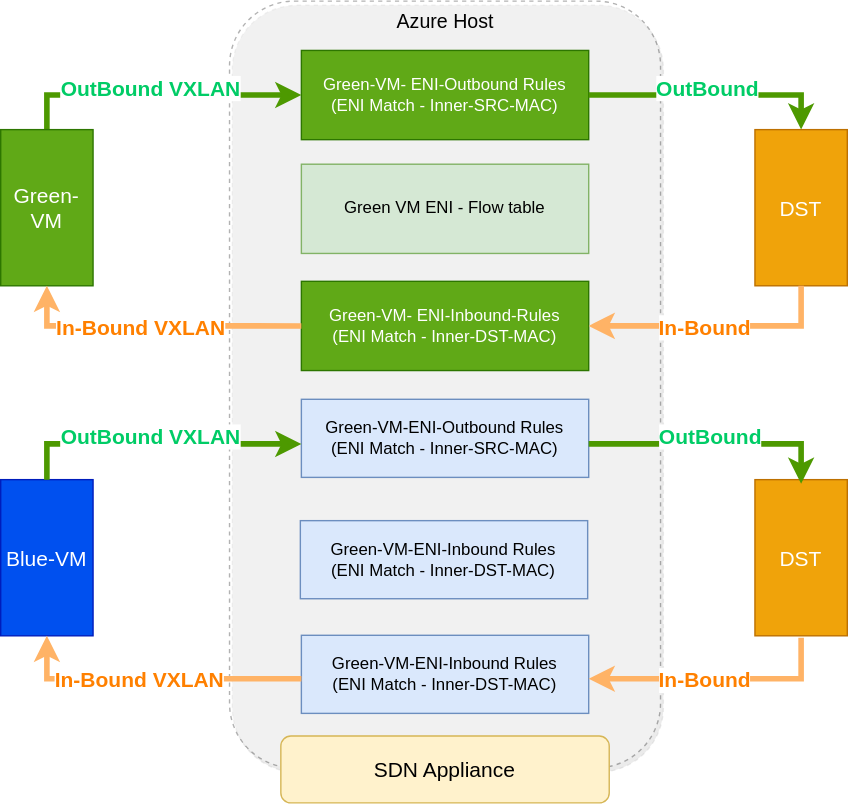
Earlier version of the draw.io export documentation/general/design/images/sdn-appliance.svg (sonic-net/DASH). Source tidied: cells renumbered, new cells last; positions are measured from the earlier drawing's top-left corner, leaving out a move shared by most shapes.
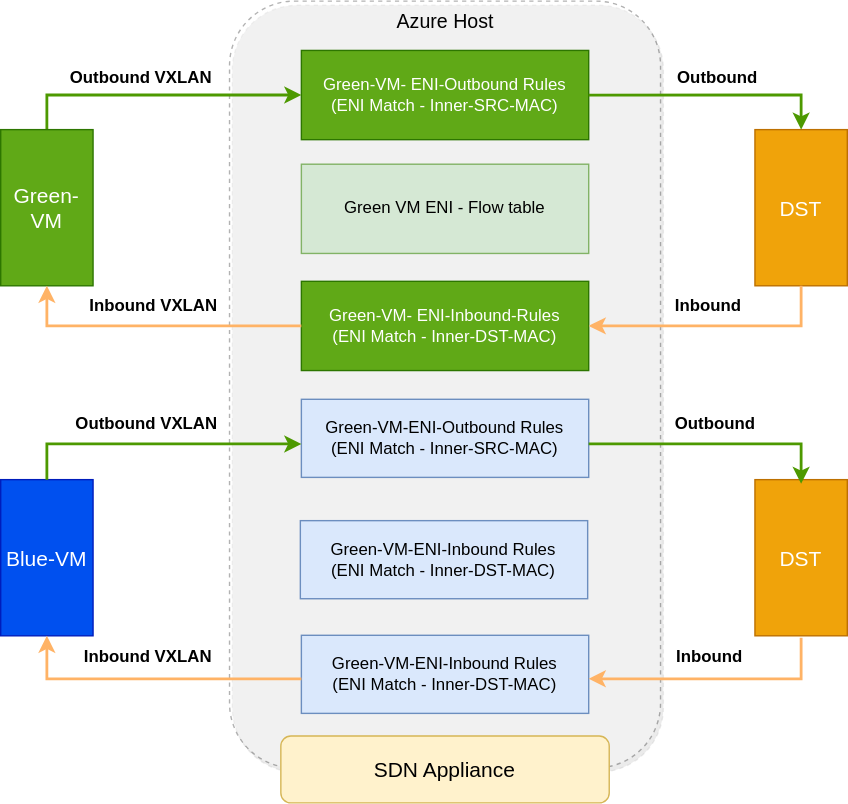
After the commit.

Change to the diagram source:
```diff
@@ -2,130 +2,130 @@
   <root>
     <mxCell id="0" />
     <mxCell id="1" parent="0" />
-    <mxCell id="2" style="group;" parent="1" vertex="1">
-      <mxGeometry y="8" width="605" height="550" as="geometry" />
-    </mxCell>
+    <mxCell id="31" style="group;" parent="1" vertex="1">
+      <mxGeometry x="10" y="-55" width="605" height="573" as="geometry" />
+    </mxCell>
-    <mxCell id="3" value="&lt;font style=&quot;font-size: 14px&quot;&gt;Azure Host&lt;/font&gt;" style="rounded=1;whiteSpace=wrap;html=1;fontSize=9;dashed=1;shadow=1;opacity=30;verticalAlign=top;" parent="2" vertex="1">
-      <mxGeometry x="163.5" y="-8" width="308" height="548" as="geometry" />
+    <mxCell id="3" value="&lt;font style=&quot;font-size: 14px&quot;&gt;Azure Host&lt;/font&gt;" style="rounded=1;whiteSpace=wrap;html=1;fontSize=9;dashed=1;shadow=1;opacity=30;verticalAlign=top;" parent="31" vertex="1">
+      <mxGeometry x="163.5" width="308" height="548" as="geometry" />
     </mxCell>
-    <mxCell id="4" value="&lt;font style=&quot;font-size: 15px&quot;&gt;SDN Appliance&lt;/font&gt;" style="rounded=1;whiteSpace=wrap;html=1;fillColor=#fff2cc;strokeColor=#d6b656;" parent="2" vertex="1">
-      <mxGeometry x="200.2" y="517.2" width="234.7" height="47.8" as="geometry" />
+    <mxCell id="4" value="&lt;font style=&quot;font-size: 15px&quot;&gt;SDN Appliance&lt;/font&gt;" style="rounded=1;whiteSpace=wrap;html=1;fillColor=#fff2cc;strokeColor=#d6b656;" parent="31" vertex="1">
+      <mxGeometry x="200.2" y="525.2" width="234.7" height="47.8" as="geometry" />
     </mxCell>
-    <mxCell id="5" value="Green VM ENI - Flow table" style="rounded=0;whiteSpace=wrap;html=1;fillColor=#d5e8d4;strokeColor=#82b366;" parent="2" vertex="1">
-      <mxGeometry x="214.9" y="108.6" width="205.3" height="63.8" as="geometry" />
+    <mxCell id="5" value="Green VM ENI - Flow table" style="rounded=0;whiteSpace=wrap;html=1;fillColor=#d5e8d4;strokeColor=#82b366;" parent="31" vertex="1">
+      <mxGeometry x="214.9" y="116.6" width="205.3" height="63.8" as="geometry" />
     </mxCell>
-    <mxCell id="6" value="Green-VM- ENI-Outbound Rules&lt;br&gt;(ENI Match - Inner-SRC-MAC)" style="rounded=0;whiteSpace=wrap;html=1;fillColor=#60a917;fontColor=#ffffff;strokeColor=#2D7600;" parent="2" vertex="1">
-      <mxGeometry x="214.9" y="27.3" width="205.3" height="63.8" as="geometry" />
+    <mxCell id="6" value="Green-VM- ENI-Outbound Rules&lt;br&gt;(ENI Match - Inner-SRC-MAC)" style="rounded=0;whiteSpace=wrap;html=1;fillColor=#60a917;fontColor=#ffffff;strokeColor=#2D7600;" parent="31" vertex="1">
+      <mxGeometry x="214.9" y="35.3" width="205.3" height="63.8" as="geometry" />
     </mxCell>
-    <mxCell id="7" value="Green-VM- ENI-Inbound-Rules&lt;br&gt;(ENI Match - Inner-DST-MAC)" style="rounded=0;whiteSpace=wrap;html=1;fillColor=#60a917;fontColor=#ffffff;strokeColor=#2D7600;" parent="2" vertex="1">
-      <mxGeometry x="214.9" y="192.3" width="205.3" height="63.8" as="geometry" />
+    <mxCell id="7" value="Green-VM- ENI-Inbound-Rules&lt;br&gt;(ENI Match - Inner-DST-MAC)" style="rounded=0;whiteSpace=wrap;html=1;fillColor=#60a917;fontColor=#ffffff;strokeColor=#2D7600;" parent="31" vertex="1">
+      <mxGeometry x="214.9" y="200.3" width="205.3" height="63.8" as="geometry" />
     </mxCell>
-    <mxCell id="8" value="&lt;font&gt;Green-VM-ENI-Outbound Rules&lt;br&gt;&lt;/font&gt;(ENI Match - Inner-SRC-MAC)" style="rounded=0;whiteSpace=wrap;html=1;fillColor=#dae8fc;strokeColor=#6c8ebf;" parent="2" vertex="1">
-      <mxGeometry x="214.9" y="276.6" width="205.3" height="55.8" as="geometry" />
+    <mxCell id="8" value="&lt;font&gt;Green-VM-ENI-Outbound Rules&lt;br&gt;&lt;/font&gt;(ENI Match - Inner-SRC-MAC)" style="rounded=0;whiteSpace=wrap;html=1;fillColor=#dae8fc;strokeColor=#6c8ebf;" parent="31" vertex="1">
+      <mxGeometry x="214.9" y="284.6" width="205.3" height="55.8" as="geometry" />
     </mxCell>
-    <mxCell id="9" value="&lt;font&gt;Green-VM-ENI-Inbound Rules&lt;br&gt;&lt;/font&gt;(ENI Match - Inner-DST-MAC)" style="rounded=0;whiteSpace=wrap;html=1;fillColor=#dae8fc;strokeColor=#6c8ebf;" parent="2" vertex="1">
-      <mxGeometry x="214.9" y="445.2" width="205.3" height="55.8" as="geometry" />
-    </mxCell>
-    <mxCell id="10" value="&lt;font&gt;Green-VM-ENI-Inbound Rules&lt;br&gt;&lt;/font&gt;(ENI Match - Inner-DST-MAC)" style="rounded=0;whiteSpace=wrap;html=1;fillColor=#dae8fc;strokeColor=#6c8ebf;" parent="2" vertex="1">
-      <mxGeometry x="214.1" y="363.3" width="205.3" height="55.8" as="geometry" />
-    </mxCell>
+    <mxCell id="32" value="&lt;font&gt;Green-VM-ENI-Inbound Rules&lt;br&gt;&lt;/font&gt;(ENI Match - Inner-DST-MAC)" style="rounded=0;whiteSpace=wrap;html=1;fillColor=#dae8fc;strokeColor=#6c8ebf;" parent="31" vertex="1">
+      <mxGeometry x="214.9" y="453.2" width="205.3" height="55.8" as="geometry" />
+    </mxCell>
+    <mxCell id="33" value="&lt;font&gt;Green-VM-ENI-Inbound Rules&lt;br&gt;&lt;/font&gt;(ENI Match - Inner-DST-MAC)" style="rounded=0;whiteSpace=wrap;html=1;fillColor=#dae8fc;strokeColor=#6c8ebf;" parent="31" vertex="1">
+      <mxGeometry x="214.1" y="371.3" width="205.3" height="55.8" as="geometry" />
+    </mxCell>
-    <mxCell id="11" style="edgeStyle=orthogonalEdgeStyle;rounded=0;jettySize=auto;html=1;exitX=0.5;exitY=0;exitDx=0;exitDy=0;fontSize=15;strokeWidth=4;strokeColor=#4D9900;" parent="2" edge="1" source="13" target="6">
+    <mxCell id="11" style="edgeStyle=orthogonalEdgeStyle;rounded=0;jettySize=auto;html=1;exitX=0.5;exitY=0;exitDx=0;exitDy=0;fontSize=15;strokeWidth=2;strokeColor=#4D9900;" parent="31" edge="1" source="13" target="6">
       <mxGeometry relative="1" as="geometry">
         <Array as="points">
-          <mxPoint x="33" y="59.1" />
+          <mxPoint x="33" y="67.1" />
         </Array>
       </mxGeometry>
     </mxCell>
-    <mxCell id="12" value="OutBound VXLAN" style="edgeLabel;html=1;align=center;verticalAlign=middle;fontSize=15;fontColor=#00CC66;fontStyle=1;" parent="11" vertex="1">
-      <mxGeometry x="-0.05" y="6" relative="1" as="geometry" />
-    </mxCell>
-    <mxCell id="13" value="&lt;font style=&quot;font-size: 15px&quot;&gt;Green-VM&lt;/font&gt;" style="rounded=0;whiteSpace=wrap;html=1;fillColor=#60a917;strokeColor=#2D7600;fontColor=#ffffff;" parent="2" vertex="1">
-      <mxGeometry y="83.9" width="66" height="111.6" as="geometry" />
+    <mxCell id="13" value="&lt;font style=&quot;font-size: 15px&quot;&gt;Green-VM&lt;/font&gt;" style="rounded=0;whiteSpace=wrap;html=1;fillColor=#60a917;strokeColor=#2D7600;fontColor=#ffffff;" parent="31" vertex="1">
+      <mxGeometry y="91.9" width="66" height="111.6" as="geometry" />
     </mxCell>
-    <mxCell id="14" style="edgeStyle=orthogonalEdgeStyle;rounded=0;jettySize=auto;html=1;exitX=0;exitY=0.5;exitDx=0;exitDy=0;entryX=0.5;entryY=1;entryDx=0;entryDy=0;fontSize=15;strokeWidth=4;strokeColor=#FFB366;" parent="2" edge="1" source="7" target="13">
+    <mxCell id="14" style="edgeStyle=orthogonalEdgeStyle;rounded=0;jettySize=auto;html=1;exitX=0;exitY=0.5;exitDx=0;exitDy=0;entryX=0.5;entryY=1;entryDx=0;entryDy=0;fontSize=15;strokeWidth=2;strokeColor=#FFB366;" parent="31" edge="1" source="7" target="13">
       <mxGeometry relative="1" as="geometry">
         <Array as="points">
-          <mxPoint x="33" y="224.1" />
+          <mxPoint x="33" y="232.1" />
         </Array>
       </mxGeometry>
     </mxCell>
-    <mxCell id="15" value="In-Bound VXLAN" style="edgeLabel;html=1;align=center;verticalAlign=middle;fontSize=15;fontColor=#FF8000;fontStyle=1;" parent="14" vertex="1">
-      <mxGeometry x="0.09" relative="1" as="geometry" />
-    </mxCell>
-    <mxCell id="16" value="&lt;font style=&quot;font-size: 15px&quot;&gt;Blue-VM&lt;/font&gt;" style="rounded=0;whiteSpace=wrap;html=1;fillColor=#0050ef;strokeColor=#001DBC;fontColor=#ffffff;" parent="2" vertex="1">
-      <mxGeometry y="334" width="66" height="111.6" as="geometry" />
+    <mxCell id="16" value="&lt;font style=&quot;font-size: 15px&quot;&gt;Blue-VM&lt;/font&gt;" style="rounded=0;whiteSpace=wrap;html=1;fillColor=#0050ef;strokeColor=#001DBC;fontColor=#ffffff;" parent="31" vertex="1">
+      <mxGeometry y="342" width="66" height="111.6" as="geometry" />
     </mxCell>
-    <mxCell id="17" value="&lt;font style=&quot;font-size: 15px&quot; color=&quot;#ffffff&quot;&gt;DST&lt;/font&gt;" style="rounded=0;whiteSpace=wrap;html=1;fillColor=#f0a30a;strokeColor=#BD7000;fontColor=#000000;" parent="2" vertex="1">
-      <mxGeometry x="539" y="83.9" width="66" height="111.6" as="geometry" />
-    </mxCell>
-    <mxCell id="18" value="&lt;font style=&quot;font-size: 15px&quot; color=&quot;#ffffff&quot;&gt;DST&lt;/font&gt;" style="rounded=0;whiteSpace=wrap;html=1;fillColor=#f0a30a;strokeColor=#BD7000;fontColor=#000000;" parent="2" vertex="1">
-      <mxGeometry x="539" y="334" width="66" height="111.6" as="geometry" />
-    </mxCell>
-    <mxCell id="19" style="edgeStyle=orthogonalEdgeStyle;rounded=0;jettySize=auto;html=1;exitX=1;exitY=0.5;exitDx=0;exitDy=0;fontSize=15;strokeWidth=4;strokeColor=#4D9900;entryX=0.5;entryY=0;entryDx=0;entryDy=0;" parent="2" edge="1" source="6" target="17">
-      <mxGeometry relative="1" as="geometry">
-        <Array as="points">
-          <mxPoint x="572" y="59.1" />
-        </Array>
-      </mxGeometry>
-    </mxCell>
-    <mxCell id="20" value="OutBound" style="edgeLabel;html=1;align=center;verticalAlign=middle;fontSize=15;fontColor=#00CC66;fontStyle=1;" parent="19" vertex="1">
-      <mxGeometry x="-0.05" y="6" relative="1" as="geometry" />
-    </mxCell>
-    <mxCell id="21" style="edgeStyle=orthogonalEdgeStyle;rounded=0;jettySize=auto;html=1;exitX=0.5;exitY=1;exitDx=0;exitDy=0;fontSize=15;strokeWidth=4;strokeColor=#FFB366;" parent="2" edge="1" source="17" target="7">
-      <mxGeometry relative="1" as="geometry">
-        <Array as="points">
-          <mxPoint x="572" y="224.1" />
-        </Array>
-      </mxGeometry>
-    </mxCell>
-    <mxCell id="22" value="In-Bound" style="edgeLabel;html=1;align=center;verticalAlign=middle;fontSize=15;fontColor=#FF8000;fontStyle=1;" parent="21" vertex="1">
-      <mxGeometry x="0.09" relative="1" as="geometry" />
-    </mxCell>
-    <mxCell id="23" style="edgeStyle=orthogonalEdgeStyle;rounded=0;orthogonalLoop=1;jettySize=auto;html=1;fontSize=15;strokeWidth=4;strokeColor=#4D9900;exitX=1;exitY=0.5;exitDx=0;exitDy=0;" parent="2" edge="1">
-      <mxGeometry relative="1" as="geometry">
-        <mxPoint x="420.2" y="308.4" as="sourcePoint" />
-        <mxPoint x="572" y="337" as="targetPoint" />
-        <Array as="points">
-          <mxPoint x="572" y="308.4" />
-        </Array>
-      </mxGeometry>
-    </mxCell>
-    <mxCell id="24" value="OutBound" style="edgeLabel;html=1;align=center;verticalAlign=middle;fontSize=15;fontColor=#00CC66;fontStyle=1;" parent="23" vertex="1">
-      <mxGeometry x="-0.05" y="6" relative="1" as="geometry" />
-    </mxCell>
-    <mxCell id="25" style="edgeStyle=orthogonalEdgeStyle;rounded=0;orthogonalLoop=1;jettySize=auto;html=1;fontSize=15;strokeWidth=4;strokeColor=#FFB366;entryX=1;entryY=0.5;entryDx=0;entryDy=0;" parent="2" edge="1">
-      <mxGeometry relative="1" as="geometry">
-        <mxPoint x="572" y="447" as="sourcePoint" />
-        <mxPoint x="420.2" y="476.3" as="targetPoint" />
-        <Array as="points">
-          <mxPoint x="572" y="476.3" />
-        </Array>
-      </mxGeometry>
-    </mxCell>
-    <mxCell id="26" value="In-Bound" style="edgeLabel;html=1;align=center;verticalAlign=middle;fontSize=15;fontColor=#FF8000;fontStyle=1;" parent="25" vertex="1">
-      <mxGeometry x="0.09" relative="1" as="geometry" />
-    </mxCell>
-    <mxCell id="27" style="edgeStyle=orthogonalEdgeStyle;rounded=0;jettySize=auto;html=1;fontSize=15;strokeWidth=4;strokeColor=#4D9900;entryX=0;entryY=0.5;entryDx=0;entryDy=0;exitX=0.5;exitY=0;exitDx=0;exitDy=0;" parent="2" edge="1" source="16">
-      <mxGeometry relative="1" as="geometry">
-        <mxPoint x="214.9" y="308.4" as="targetPoint" />
-        <Array as="points">
-          <mxPoint x="33" y="308" />
-        </Array>
-      </mxGeometry>
-    </mxCell>
-    <mxCell id="28" value="OutBound VXLAN" style="edgeLabel;html=1;align=center;verticalAlign=middle;fontSize=15;fontColor=#00CC66;fontStyle=1;" parent="27" vertex="1">
-      <mxGeometry x="-0.05" y="6" relative="1" as="geometry" />
-    </mxCell>
-    <mxCell id="29" style="edgeStyle=orthogonalEdgeStyle;rounded=0;jettySize=auto;html=1;exitX=0;exitY=0.5;exitDx=0;exitDy=0;fontSize=15;strokeWidth=4;strokeColor=#FFB366;entryX=0.5;entryY=1;entryDx=0;entryDy=0;" parent="2" edge="1" target="16">
-      <mxGeometry relative="1" as="geometry">
-        <mxPoint x="214.9" y="476.3" as="sourcePoint" />
-        <Array as="points">
-          <mxPoint x="33" y="476" />
-        </Array>
-      </mxGeometry>
-    </mxCell>
-    <mxCell id="30" value="In-Bound VXLAN" style="edgeLabel;html=1;align=center;verticalAlign=middle;fontSize=15;fontColor=#FF8000;fontStyle=1;" parent="29" vertex="1">
-      <mxGeometry x="0.09" relative="1" as="geometry" />
-    </mxCell>
+    <mxCell id="34" value="&lt;font style=&quot;font-size: 15px&quot; color=&quot;#ffffff&quot;&gt;DST&lt;/font&gt;" style="rounded=0;whiteSpace=wrap;html=1;fillColor=#f0a30a;strokeColor=#BD7000;fontColor=#000000;" parent="31" vertex="1">
+      <mxGeometry x="539" y="91.9" width="66" height="111.6" as="geometry" />
+    </mxCell>
+    <mxCell id="35" value="&lt;font style=&quot;font-size: 15px&quot; color=&quot;#ffffff&quot;&gt;DST&lt;/font&gt;" style="rounded=0;whiteSpace=wrap;html=1;fillColor=#f0a30a;strokeColor=#BD7000;fontColor=#000000;" parent="31" vertex="1">
+      <mxGeometry x="539" y="342" width="66" height="111.6" as="geometry" />
+    </mxCell>
+    <mxCell id="36" style="edgeStyle=orthogonalEdgeStyle;rounded=0;jettySize=auto;html=1;exitX=1;exitY=0.5;exitDx=0;exitDy=0;fontSize=15;strokeWidth=2;strokeColor=#4D9900;entryX=0.5;entryY=0;entryDx=0;entryDy=0;" parent="31" edge="1" source="6" target="34">
+      <mxGeometry relative="1" as="geometry">
+        <Array as="points">
+          <mxPoint x="572" y="67.1" />
+        </Array>
+      </mxGeometry>
+    </mxCell>
+    <mxCell id="37" style="edgeStyle=orthogonalEdgeStyle;rounded=0;jettySize=auto;html=1;exitX=0.5;exitY=1;exitDx=0;exitDy=0;fontSize=15;strokeWidth=2;strokeColor=#FFB366;" parent="31" edge="1" source="34" target="7">
+      <mxGeometry relative="1" as="geometry">
+        <Array as="points">
+          <mxPoint x="572" y="232.1" />
+        </Array>
+      </mxGeometry>
+    </mxCell>
+    <mxCell id="38" style="edgeStyle=orthogonalEdgeStyle;rounded=0;orthogonalLoop=1;jettySize=auto;html=1;fontSize=15;strokeWidth=2;strokeColor=#4D9900;exitX=1;exitY=0.5;exitDx=0;exitDy=0;" parent="31" edge="1">
+      <mxGeometry relative="1" as="geometry">
+        <mxPoint x="420.2" y="316.4" as="sourcePoint" />
+        <mxPoint x="572" y="345" as="targetPoint" />
+        <Array as="points">
+          <mxPoint x="572" y="316.4" />
+        </Array>
+      </mxGeometry>
+    </mxCell>
+    <mxCell id="39" style="edgeStyle=orthogonalEdgeStyle;rounded=0;orthogonalLoop=1;jettySize=auto;html=1;fontSize=15;strokeWidth=2;strokeColor=#FFB366;entryX=1;entryY=0.5;entryDx=0;entryDy=0;" parent="31" edge="1">
+      <mxGeometry relative="1" as="geometry">
+        <mxPoint x="572" y="455" as="sourcePoint" />
+        <mxPoint x="420.2" y="484.3" as="targetPoint" />
+        <Array as="points">
+          <mxPoint x="572" y="484.3" />
+        </Array>
+      </mxGeometry>
+    </mxCell>
+    <mxCell id="40" style="edgeStyle=orthogonalEdgeStyle;rounded=0;jettySize=auto;html=1;fontSize=15;strokeWidth=2;strokeColor=#4D9900;entryX=0;entryY=0.5;entryDx=0;entryDy=0;exitX=0.5;exitY=0;exitDx=0;exitDy=0;" parent="31" edge="1" source="16">
+      <mxGeometry relative="1" as="geometry">
+        <mxPoint x="214.9" y="316.4" as="targetPoint" />
+        <Array as="points">
+          <mxPoint x="33" y="316" />
+        </Array>
+      </mxGeometry>
+    </mxCell>
+    <mxCell id="41" style="edgeStyle=orthogonalEdgeStyle;rounded=0;jettySize=auto;html=1;exitX=0;exitY=0.5;exitDx=0;exitDy=0;fontSize=15;strokeWidth=2;strokeColor=#FFB366;entryX=0.5;entryY=1;entryDx=0;entryDy=0;" parent="31" edge="1" target="16">
+      <mxGeometry relative="1" as="geometry">
+        <mxPoint x="214.9" y="484.3" as="sourcePoint" />
+        <Array as="points">
+          <mxPoint x="33" y="484" />
+        </Array>
+      </mxGeometry>
+    </mxCell>
+    <mxCell id="42" value="&lt;font style=&quot;font-size: 12px&quot;&gt;&lt;b&gt;Outbound VXLAN&lt;/b&gt;&lt;/font&gt;" style="text;html=1;align=center;verticalAlign=middle;strokeColor=none;fillColor=none;" parent="31" vertex="1">
+      <mxGeometry x="40" y="45" width="120" height="20" as="geometry" />
+    </mxCell>
+    <mxCell id="43" value="&lt;font style=&quot;font-size: 12px&quot;&gt;&lt;b&gt;Outbound&lt;/b&gt;&lt;/font&gt;" style="text;html=1;align=center;verticalAlign=middle;strokeColor=none;fillColor=none;" parent="31" vertex="1">
+      <mxGeometry x="476.5" y="45" width="70" height="20" as="geometry" />
+    </mxCell>
+    <mxCell id="44" value="&lt;font style=&quot;font-size: 12px&quot;&gt;&lt;b&gt;Outbound VXLAN&lt;/b&gt;&lt;/font&gt;" style="text;html=1;align=center;verticalAlign=middle;strokeColor=none;fillColor=none;" parent="31" vertex="1">
+      <mxGeometry x="43.5" y="292" width="120" height="20" as="geometry" />
+    </mxCell>
+    <mxCell id="45" value="&lt;font style=&quot;font-size: 12px&quot;&gt;&lt;b&gt;Outbound&amp;nbsp;&lt;/b&gt;&lt;/font&gt;" style="text;html=1;align=center;verticalAlign=middle;strokeColor=none;fillColor=none;" parent="31" vertex="1">
+      <mxGeometry x="471.5" y="292" width="80" height="20" as="geometry" />
+    </mxCell>
+    <mxCell id="46" value="&lt;font style=&quot;font-size: 12px&quot;&gt;&lt;b&gt;Inbound VXLAN&lt;/b&gt;&lt;/font&gt;" style="text;html=1;align=center;verticalAlign=middle;strokeColor=none;fillColor=none;" parent="31" vertex="1">
+      <mxGeometry x="49.5" y="459" width="110" height="20" as="geometry" />
+    </mxCell>
+    <mxCell id="47" value="&lt;font style=&quot;font-size: 12px&quot;&gt;&lt;b&gt;Inbound&amp;nbsp;&lt;/b&gt;&lt;/font&gt;" style="text;html=1;align=center;verticalAlign=middle;strokeColor=none;fillColor=none;" parent="31" vertex="1">
+      <mxGeometry x="473" y="459" width="70" height="20" as="geometry" />
+    </mxCell>
+    <mxCell id="48" value="&lt;font style=&quot;font-size: 12px&quot;&gt;&lt;b&gt;Inbound VXLAN&lt;/b&gt;&lt;/font&gt;" style="text;html=1;align=center;verticalAlign=middle;strokeColor=none;fillColor=none;" parent="31" vertex="1">
+      <mxGeometry x="53.5" y="208" width="110" height="20" as="geometry" />
+    </mxCell>
+    <mxCell id="49" value="&lt;font style=&quot;font-size: 12px&quot;&gt;&lt;b&gt;Inbound&amp;nbsp;&lt;/b&gt;&lt;/font&gt;" style="text;html=1;align=center;verticalAlign=middle;strokeColor=none;fillColor=none;" parent="31" vertex="1">
+      <mxGeometry x="471.5" y="208" width="70" height="20" as="geometry" />
+    </mxCell>
   </root>
 </mxGraphModel>
```
